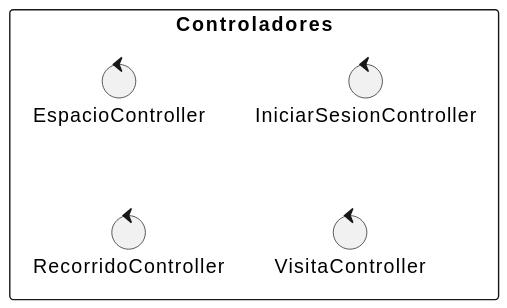
This is images/01-análisis/MVC/controladores.svg from mmasias/25-26-idsw2-sdVC, a PlantUML export, as it was before one commit.
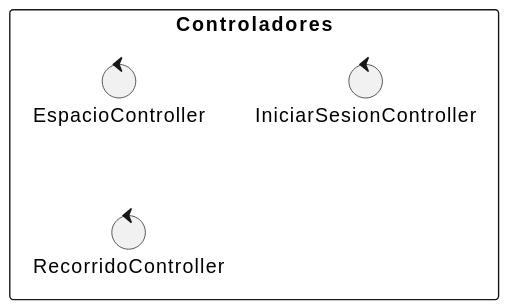
The same file after the commit.

Diff of the diagram source:
```diff
@@ -14,6 +14,5 @@
     control "EspacioController"
     control "IniciarSesionController"
     control "RecorridoController"
-    control "VisitaController"
 }
 @enduml
```
